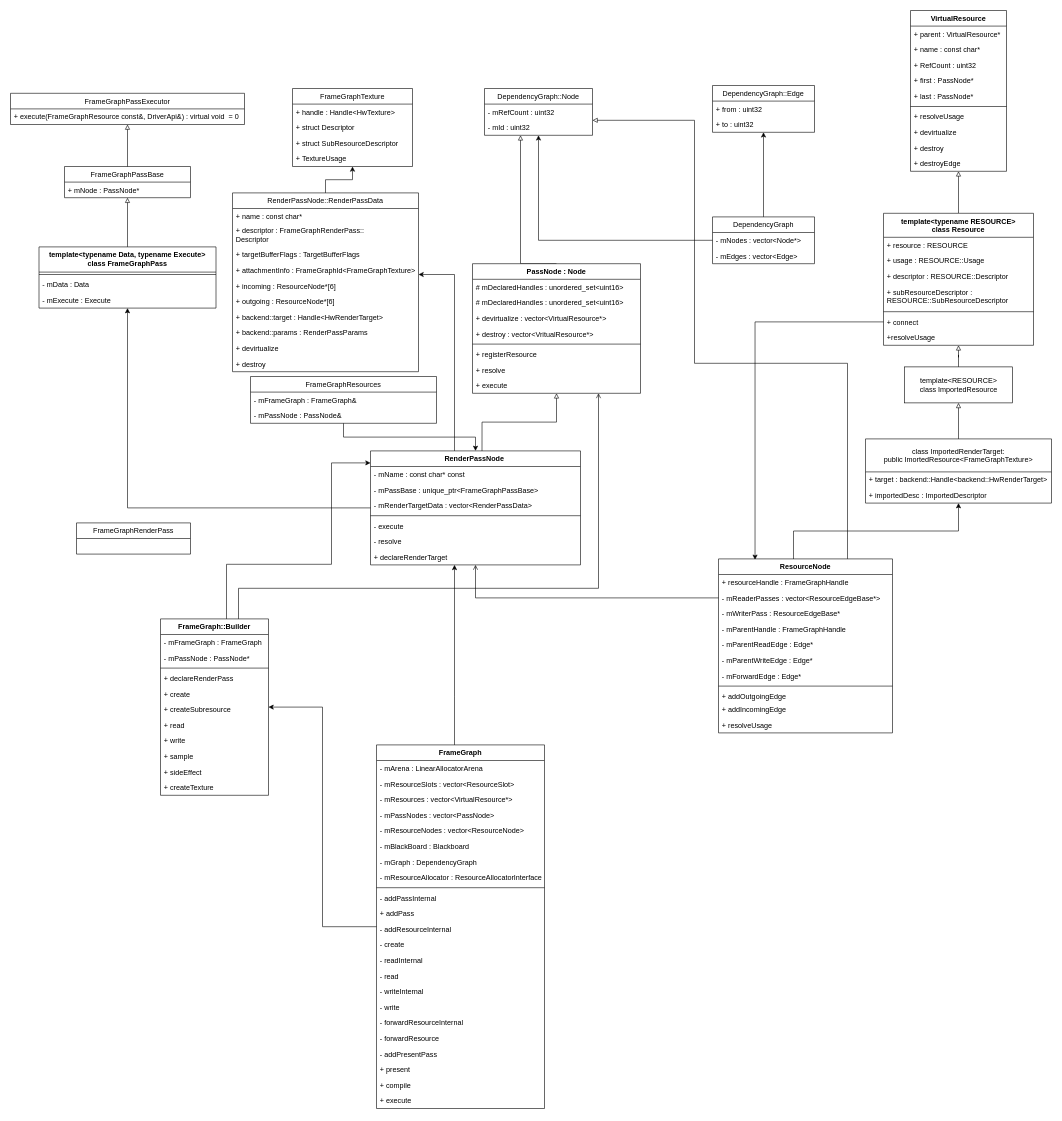
liangshiweigithub/update keeps this draw.io diagram as UMLGraph/FrameGraph.drawio. Above is the earlier version. Source tidied: cells renumbered, new cells numbered last; positions are measured from the earlier drawing's top-left corner, leaving out a move shared by most shapes. Both pictures are drawn from the tidied source at 60%, with x=0, y=0 at pixel (10, 10).
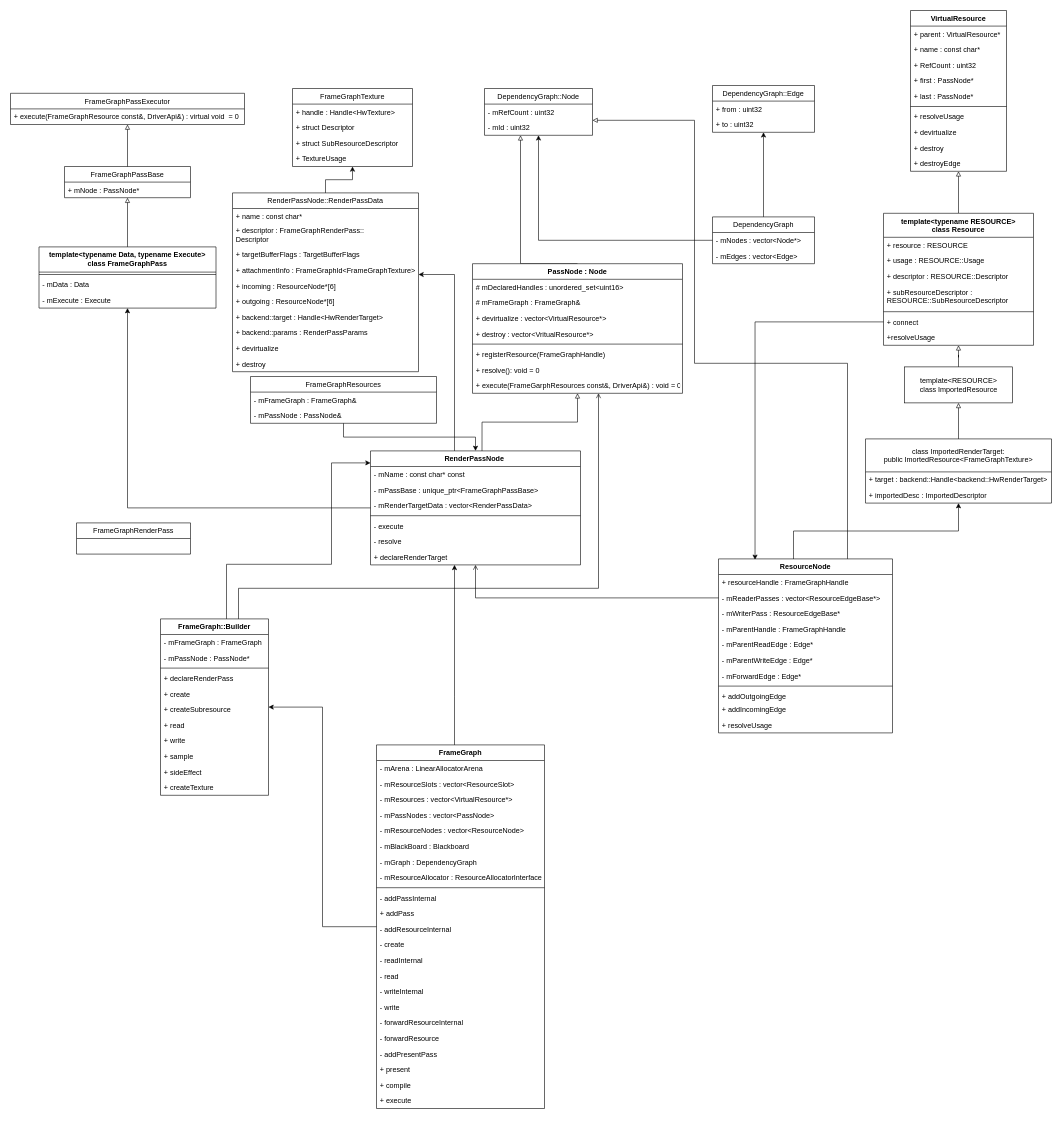
The same page after the edit.

What changed in the source:
```diff
@@
     <mxCell id="90" value="PassNode : Node" style="swimlane;fontStyle=1;align=center;verticalAlign=top;horizontal=1;startSize=26;" parent="1" vertex="1">
-      <mxGeometry x="770" y="422" width="280" height="216" as="geometry" />
+      <mxGeometry x="770" y="422" width="350" height="216" as="geometry" />
     </mxCell>
     <mxCell id="91" value="# mDeclaredHandles : unordered_set&lt;uint16&gt;" style="text;strokeColor=none;fillColor=none;align=left;verticalAlign=top;spacingLeft=4;spacingRight=4;overflow=hidden;" parent="90" vertex="1">
-      <mxGeometry y="26" width="280" height="26" as="geometry" />
+      <mxGeometry y="26" width="350" height="26" as="geometry" />
     </mxCell>
-    <mxCell id="92" value="# mDeclaredHandles : unordered_set&lt;uint16&gt;" style="text;strokeColor=none;fillColor=none;align=left;verticalAlign=top;spacingLeft=4;spacingRight=4;overflow=hidden;" parent="90" vertex="1">
-      <mxGeometry y="52" width="280" height="26" as="geometry" />
+    <mxCell id="92" value="# mFrameGraph : FrameGraph&amp;" style="text;strokeColor=none;fillColor=none;align=left;verticalAlign=top;spacingLeft=4;spacingRight=4;overflow=hidden;" parent="90" vertex="1">
+      <mxGeometry y="52" width="350" height="26" as="geometry" />
     </mxCell>
     <mxCell id="93" value="+ devirtualize : vector&lt;VirtualResource*&gt;" style="text;strokeColor=none;fillColor=none;align=left;verticalAlign=top;spacingLeft=4;spacingRight=4;overflow=hidden;" parent="90" vertex="1">
-      <mxGeometry y="78" width="280" height="26" as="geometry" />
+      <mxGeometry y="78" width="350" height="26" as="geometry" />
     </mxCell>
     <mxCell id="94" value="+ destroy : vector&lt;VritualResource*&gt;" style="text;strokeColor=none;fillColor=none;align=left;verticalAlign=top;spacingLeft=4;spacingRight=4;overflow=hidden;" parent="90" vertex="1">
-      <mxGeometry y="104" width="280" height="26" as="geometry" />
+      <mxGeometry y="104" width="350" height="26" as="geometry" />
     </mxCell>
     <mxCell id="95" style="line;strokeWidth=1;fillColor=none;align=left;verticalAlign=middle;spacingTop=-1;spacingLeft=3;spacingRight=3;labelPosition=right;" parent="90" vertex="1">
-      <mxGeometry y="130" width="280" height="8" as="geometry" />
+      <mxGeometry y="130" width="350" height="8" as="geometry" />
     </mxCell>
-    <mxCell id="96" value="+ registerResource" style="text;strokeColor=none;fillColor=none;align=left;verticalAlign=top;spacingLeft=4;spacingRight=4;overflow=hidden;" parent="90" vertex="1">
-      <mxGeometry y="138" width="280" height="26" as="geometry" />
+    <mxCell id="96" value="+ registerResource(FrameGraphHandle)" style="text;strokeColor=none;fillColor=none;align=left;verticalAlign=top;spacingLeft=4;spacingRight=4;overflow=hidden;" parent="90" vertex="1">
+      <mxGeometry y="138" width="350" height="26" as="geometry" />
     </mxCell>
-    <mxCell id="97" value="+ resolve" style="text;strokeColor=none;fillColor=none;align=left;verticalAlign=top;spacingLeft=4;spacingRight=4;overflow=hidden;" parent="90" vertex="1">
-      <mxGeometry y="164" width="280" height="26" as="geometry" />
+    <mxCell id="97" value="+ resolve(): void = 0" style="text;strokeColor=none;fillColor=none;align=left;verticalAlign=top;spacingLeft=4;spacingRight=4;overflow=hidden;" parent="90" vertex="1">
+      <mxGeometry y="164" width="350" height="26" as="geometry" />
     </mxCell>
-    <mxCell id="98" value="+ execute" style="text;strokeColor=none;fillColor=none;align=left;verticalAlign=top;spacingLeft=4;spacingRight=4;overflow=hidden;" parent="90" vertex="1">
-      <mxGeometry y="190" width="280" height="26" as="geometry" />
+    <mxCell id="98" value="+ execute(FrameGarphResources const&amp;, DriverApi&amp;) : void = 0" style="text;strokeColor=none;fillColor=none;align=left;verticalAlign=top;spacingLeft=4;spacingRight=4;overflow=hidden;" parent="90" vertex="1">
+      <mxGeometry y="190" width="350" height="26" as="geometry" />
     </mxCell>
```
